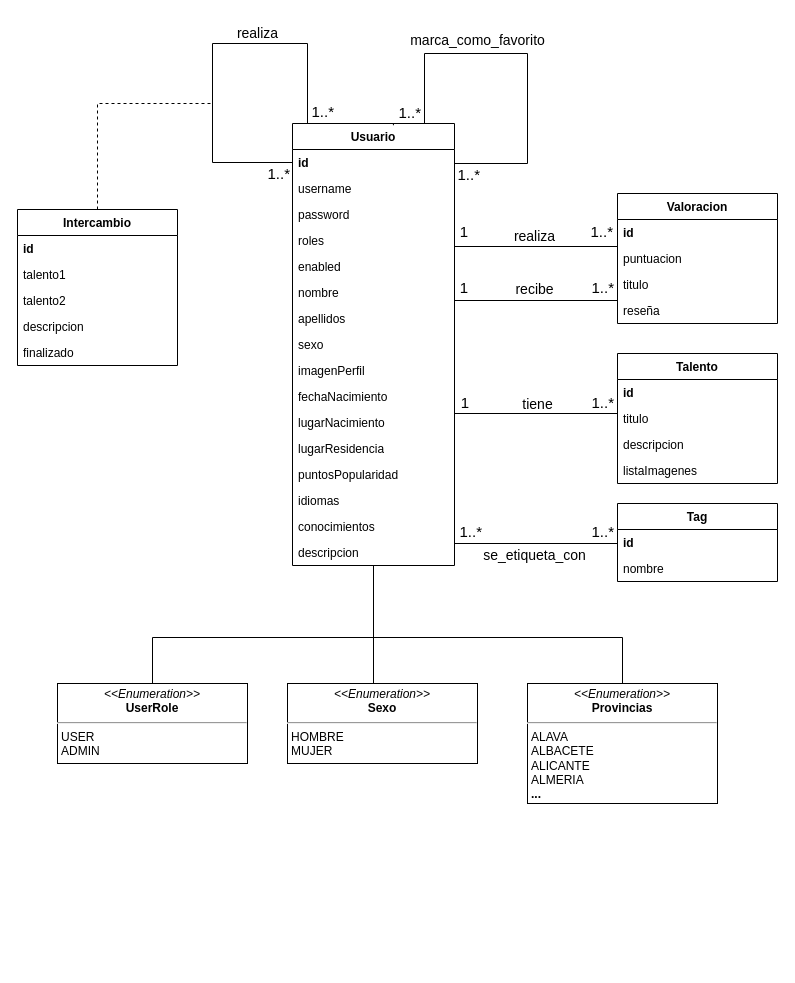
This is Diagramas/APPbilityUML.drawio from Lucasprogramyeah01/APPbility, a draw.io file, before an edit. Source tidied: cells renumbered, new cells numbered last; positions are measured from the earlier drawing's top-left corner, leaving out a move shared by most shapes. Both pictures are drawn from the tidied source at 100%, with x=0, y=0 at pixel (17, 17).
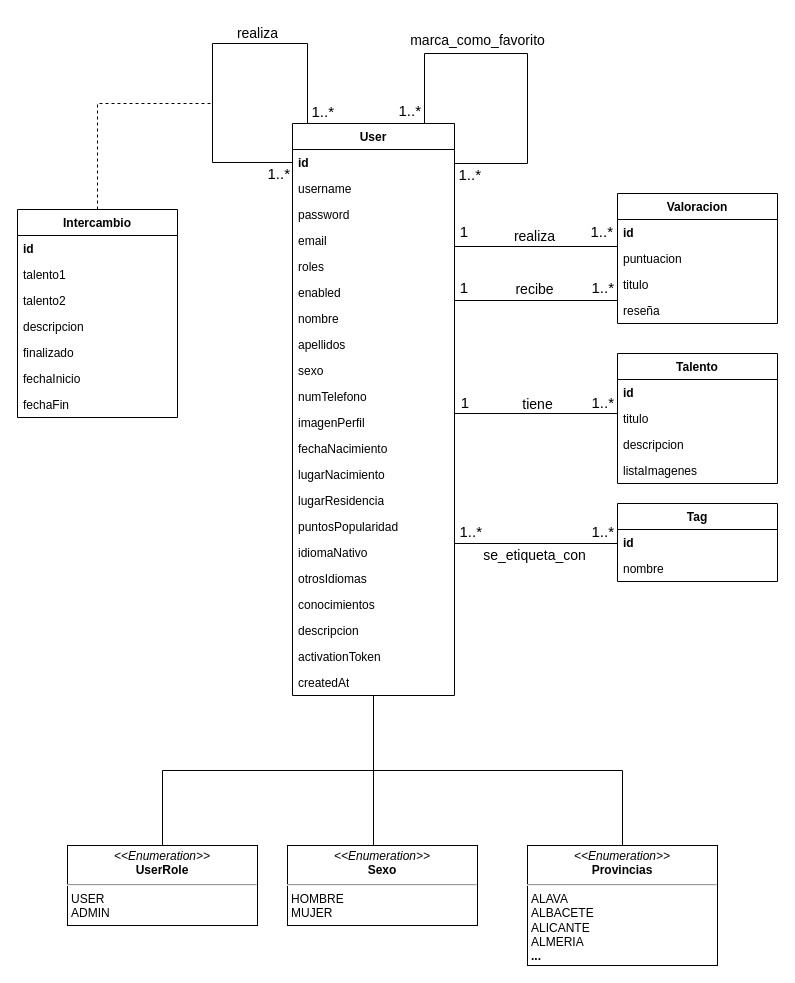
After the change.

What changed in the source:
```diff
@@
-    <mxCell id="2" value="Usuario" style="swimlane;fontStyle=1;align=center;verticalAlign=top;horizontal=1;startSize=26;whiteSpace=wrap;html=1;gradientColor=none;swimlaneFillColor=none;" parent="1" vertex="1">
-      <mxGeometry x="275" y="106" width="162" height="442" as="geometry" />
+    <mxCell id="2" value="User" style="swimlane;fontStyle=1;align=center;verticalAlign=top;horizontal=1;startSize=26;whiteSpace=wrap;html=1;gradientColor=none;swimlaneFillColor=none;" parent="1" vertex="1">
+      <mxGeometry x="275" y="106" width="162" height="572" as="geometry" />
     </mxCell>
@@
+    <mxCell id="69" value="email" style="text;strokeColor=none;fillColor=none;align=left;verticalAlign=top;spacingLeft=4;spacingRight=4;overflow=hidden;whiteSpace=wrap;html=1;" parent="2" vertex="1">
+      <mxGeometry y="104" width="162" height="26" as="geometry" />
+    </mxCell>
     <mxCell id="6" value="roles" style="text;strokeColor=none;fillColor=none;align=left;verticalAlign=top;spacingLeft=4;spacingRight=4;overflow=hidden;whiteSpace=wrap;html=1;" parent="2" vertex="1">
-      <mxGeometry y="104" width="162" height="26" as="geometry" />
+      <mxGeometry y="130" width="162" height="26" as="geometry" />
     </mxCell>
     <mxCell id="7" value="enabled" style="text;strokeColor=none;fillColor=none;align=left;verticalAlign=top;spacingLeft=4;spacingRight=4;overflow=hidden;whiteSpace=wrap;html=1;" parent="2" vertex="1">
-      <mxGeometry y="130" width="162" height="26" as="geometry" />
+      <mxGeometry y="156" width="162" height="26" as="geometry" />
     </mxCell>
     <mxCell id="8" value="nombre" style="text;strokeColor=none;fillColor=none;align=left;verticalAlign=top;spacingLeft=4;spacingRight=4;overflow=hidden;whiteSpace=wrap;html=1;" parent="2" vertex="1">
-      <mxGeometry y="156" width="162" height="26" as="geometry" />
+      <mxGeometry y="182" width="162" height="26" as="geometry" />
     </mxCell>
     <mxCell id="9" value="apellidos" style="text;strokeColor=none;fillColor=none;align=left;verticalAlign=top;spacingLeft=4;spacingRight=4;overflow=hidden;whiteSpace=wrap;html=1;" parent="2" vertex="1">
-      <mxGeometry y="182" width="162" height="26" as="geometry" />
+      <mxGeometry y="208" width="162" height="26" as="geometry" />
     </mxCell>
     <mxCell id="10" value="sexo" style="text;strokeColor=none;fillColor=none;align=left;verticalAlign=top;spacingLeft=4;spacingRight=4;overflow=hidden;whiteSpace=wrap;html=1;" parent="2" vertex="1">
-      <mxGeometry y="208" width="162" height="26" as="geometry" />
+      <mxGeometry y="234" width="162" height="26" as="geometry" />
     </mxCell>
+    <mxCell id="70" value="numTelefono" style="text;strokeColor=none;fillColor=none;align=left;verticalAlign=top;spacingLeft=4;spacingRight=4;overflow=hidden;whiteSpace=wrap;html=1;" parent="2" vertex="1">
+      <mxGeometry y="260" width="162" height="26" as="geometry" />
+    </mxCell>
     <mxCell id="11" value="imagenPerfil" style="text;strokeColor=none;fillColor=none;align=left;verticalAlign=top;spacingLeft=4;spacingRight=4;overflow=hidden;whiteSpace=wrap;html=1;" parent="2" vertex="1">
-      <mxGeometry y="234" width="162" height="26" as="geometry" />
+      <mxGeometry y="286" width="162" height="26" as="geometry" />
     </mxCell>
     <mxCell id="12" value="fechaNacimiento" style="text;strokeColor=none;fillColor=none;align=left;verticalAlign=top;spacingLeft=4;spacingRight=4;overflow=hidden;whiteSpace=wrap;html=1;" parent="2" vertex="1">
-      <mxGeometry y="260" width="162" height="26" as="geometry" />
+      <mxGeometry y="312" width="162" height="26" as="geometry" />
     </mxCell>
     <mxCell id="13" value="lugarNacimiento" style="text;strokeColor=none;fillColor=none;align=left;verticalAlign=top;spacingLeft=4;spacingRight=4;overflow=hidden;whiteSpace=wrap;html=1;" parent="2" vertex="1">
-      <mxGeometry y="286" width="162" height="26" as="geometry" />
+      <mxGeometry y="338" width="162" height="26" as="geometry" />
     </mxCell>
     <mxCell id="14" value="lugarResidencia" style="text;strokeColor=none;fillColor=none;align=left;verticalAlign=top;spacingLeft=4;spacingRight=4;overflow=hidden;whiteSpace=wrap;html=1;" parent="2" vertex="1">
-      <mxGeometry y="312" width="162" height="26" as="geometry" />
+      <mxGeometry y="364" width="162" height="26" as="geometry" />
     </mxCell>
     <mxCell id="15" value="puntosPopularidad" style="text;strokeColor=none;fillColor=none;align=left;verticalAlign=top;spacingLeft=4;spacingRight=4;overflow=hidden;whiteSpace=wrap;html=1;" parent="2" vertex="1">
-      <mxGeometry y="338" width="162" height="26" as="geometry" />
+      <mxGeometry y="390" width="162" height="26" as="geometry" />
     </mxCell>
-    <mxCell id="16" value="idiomas" style="text;strokeColor=none;fillColor=none;align=left;verticalAlign=top;spacingLeft=4;spacingRight=4;overflow=hidden;points=[[0,0.5],[1,0.5]];portConstraint=eastwest;whiteSpace=wrap;html=1;" parent="2" vertex="1">
-      <mxGeometry y="364" width="162" height="26" as="geometry" />
+    <mxCell id="16" value="idiomaNativo" style="text;strokeColor=none;fillColor=none;align=left;verticalAlign=top;spacingLeft=4;spacingRight=4;overflow=hidden;points=[[0,0.5],[1,0.5]];portConstraint=eastwest;whiteSpace=wrap;html=1;" parent="2" vertex="1">
+      <mxGeometry y="416" width="162" height="26" as="geometry" />
     </mxCell>
+    <mxCell id="71" value="otrosIdiomas" style="text;strokeColor=none;fillColor=none;align=left;verticalAlign=top;spacingLeft=4;spacingRight=4;overflow=hidden;whiteSpace=wrap;html=1;" parent="2" vertex="1">
+      <mxGeometry y="442" width="162" height="26" as="geometry" />
+    </mxCell>
     <mxCell id="17" value="conocimientos" style="text;strokeColor=none;fillColor=none;align=left;verticalAlign=top;spacingLeft=4;spacingRight=4;overflow=hidden;whiteSpace=wrap;html=1;" parent="2" vertex="1">
-      <mxGeometry y="390" width="162" height="26" as="geometry" />
+      <mxGeometry y="468" width="162" height="26" as="geometry" />
     </mxCell>
     <mxCell id="18" value="descripcion" style="text;strokeColor=none;fillColor=none;align=left;verticalAlign=top;spacingLeft=4;spacingRight=4;overflow=hidden;points=[[0,0.5],[1,0.5]];portConstraint=eastwest;whiteSpace=wrap;html=1;" parent="2" vertex="1">
-      <mxGeometry y="416" width="162" height="26" as="geometry" />
+      <mxGeometry y="494" width="162" height="26" as="geometry" />
     </mxCell>
@@
+    <mxCell id="72" value="activationToken" style="text;strokeColor=none;fillColor=none;align=left;verticalAlign=top;spacingLeft=4;spacingRight=4;overflow=hidden;whiteSpace=wrap;html=1;" parent="2" vertex="1">
+      <mxGeometry y="520" width="162" height="26" as="geometry" />
+    </mxCell>
+    <mxCell id="73" value="createdAt" style="text;strokeColor=none;fillColor=none;align=left;verticalAlign=top;spacingLeft=4;spacingRight=4;overflow=hidden;whiteSpace=wrap;html=1;" parent="2" vertex="1">
+      <mxGeometry y="546" width="162" height="26" as="geometry" />
+    </mxCell>
@@
     <mxCell id="37" value="Intercambio" style="swimlane;fontStyle=1;align=center;verticalAlign=top;horizontal=1;startSize=26;whiteSpace=wrap;html=1;" parent="1" vertex="1">
-      <mxGeometry y="192" width="160" height="156" as="geometry" />
+      <mxGeometry y="192" width="160" height="208" as="geometry" />
     </mxCell>
@@
+    <mxCell id="74" value="fechaInicio" style="text;strokeColor=none;fillColor=none;align=left;verticalAlign=top;spacingLeft=4;spacingRight=4;overflow=hidden;whiteSpace=wrap;html=1;" parent="37" vertex="1">
+      <mxGeometry y="156" width="160" height="26" as="geometry" />
+    </mxCell>
+    <mxCell id="75" value="fechaFin" style="text;strokeColor=none;fillColor=none;align=left;verticalAlign=top;spacingLeft=4;spacingRight=4;overflow=hidden;whiteSpace=wrap;html=1;" parent="37" vertex="1">
+      <mxGeometry y="182" width="160" height="26" as="geometry" />
+    </mxCell>
@@
-    <mxCell id="45" style="endArrow=none;html=1;edgeStyle=orthogonalEdgeStyle;rounded=0;entryX=0.623;entryY=0.004;entryDx=0;entryDy=0;entryPerimeter=0;" parent="1" edge="1" target="2">
+    <mxCell id="45" style="endArrow=none;html=1;edgeStyle=orthogonalEdgeStyle;rounded=0;entryX=0.5;entryY=0;entryDx=0;entryDy=0;" parent="1" edge="1" target="2">
       <mxGeometry relative="1" as="geometry">
         <mxPoint x="437" y="156" as="sourcePoint" />
         <Array as="points">
           <mxPoint x="437" y="146" />
           <mxPoint x="510" y="146" />
           <mxPoint x="510" y="36" />
           <mxPoint x="407" y="36" />
           <mxPoint x="407" y="106" />
-          <mxPoint x="376" y="106" />
         </Array>
       </mxGeometry>
     </mxCell>
     <mxCell id="46" value="&lt;font&gt;1..*&lt;/font&gt;" style="edgeLabel;html=1;align=right;verticalAlign=bottom;fontSize=15;fontColor=#000000;" parent="45" vertex="1">
       <mxGeometry x="1" relative="1" as="geometry">
-        <mxPoint x="87" y="60" as="offset" />
+        <mxPoint x="108" y="62" as="offset" />
       </mxGeometry>
     </mxCell>
     <mxCell id="47" value="&lt;font&gt;1..*&lt;/font&gt;" style="edgeLabel;html=1;align=right;verticalAlign=bottom;fontSize=15;fontColor=#000000;" parent="45" vertex="1">
       <mxGeometry x="1" relative="1" as="geometry">
-        <mxPoint x="28" y="-2" as="offset" />
+        <mxPoint x="48" y="-2" as="offset" />
       </mxGeometry>
     </mxCell>
@@
     <mxCell id="49" value="&lt;p style=&quot;margin:0px;margin-top:4px;text-align:center;&quot;&gt;&lt;i&gt;&amp;lt;&amp;lt;Enumeration&amp;gt;&amp;gt;&lt;/i&gt;&lt;br&gt;&lt;b&gt;UserRole&lt;/b&gt;&lt;/p&gt;&lt;hr&gt;&lt;p style=&quot;margin:0px;margin-left:4px;&quot;&gt;USER&lt;/p&gt;&lt;p style=&quot;margin:0px;margin-left:4px;&quot;&gt;ADMIN&lt;/p&gt;" style="verticalAlign=top;align=left;overflow=fill;html=1;whiteSpace=wrap;strokeColor=default;" parent="1" vertex="1">
-      <mxGeometry x="40" y="666" width="190" height="80" as="geometry" />
+      <mxGeometry x="50" y="828" width="190" height="80" as="geometry" />
     </mxCell>
-    <mxCell id="50" style="endArrow=none;html=1;rounded=0;exitX=0.5;exitY=0;exitDx=0;exitDy=0;edgeStyle=elbowEdgeStyle;elbow=vertical;" parent="1" edge="1" source="49">
+    <mxCell id="50" style="endArrow=none;html=1;rounded=0;exitX=0.5;exitY=0;exitDx=0;exitDy=0;edgeStyle=elbowEdgeStyle;elbow=vertical;" parent="1" edge="1">
       <mxGeometry relative="1" as="geometry">
-        <mxPoint x="356" y="574" as="targetPoint" />
+        <mxPoint x="145" y="828" as="sourcePoint" />
+        <mxPoint x="356" y="678" as="targetPoint" />
       </mxGeometry>
     </mxCell>
@@
     <mxCell id="60" value="&lt;p style=&quot;margin:0px;margin-top:4px;text-align:center;&quot;&gt;&lt;i&gt;&amp;lt;&amp;lt;Enumeration&amp;gt;&amp;gt;&lt;/i&gt;&lt;br&gt;&lt;b&gt;Provincias&lt;/b&gt;&lt;/p&gt;&lt;hr&gt;&lt;p style=&quot;margin:0px;margin-left:4px;&quot;&gt;ALAVA&lt;/p&gt;&lt;p style=&quot;margin:0px;margin-left:4px;&quot;&gt;ALBACETE&lt;/p&gt;&lt;p style=&quot;margin:0px;margin-left:4px;&quot;&gt;ALICANTE&lt;/p&gt;&lt;p style=&quot;margin:0px;margin-left:4px;&quot;&gt;ALMERIA&lt;/p&gt;&lt;p style=&quot;margin:0px;margin-left:4px;&quot;&gt;&lt;b&gt;...&lt;/b&gt;&lt;/p&gt;" style="verticalAlign=top;align=left;overflow=fill;html=1;whiteSpace=wrap;strokeColor=default;" parent="1" vertex="1">
-      <mxGeometry x="510" y="666" width="190" height="120" as="geometry" />
+      <mxGeometry x="510" y="828" width="190" height="120" as="geometry" />
     </mxCell>
-    <mxCell id="61" style="endArrow=none;html=1;rounded=0;exitX=0.5;exitY=0;exitDx=0;exitDy=0;edgeStyle=elbowEdgeStyle;elbow=vertical;" parent="1" edge="1" source="60">
+    <mxCell id="61" style="endArrow=none;html=1;rounded=0;exitX=0.5;exitY=0;exitDx=0;exitDy=0;edgeStyle=elbowEdgeStyle;elbow=vertical;" parent="1" edge="1">
       <mxGeometry relative="1" as="geometry">
-        <mxPoint x="356" y="574" as="targetPoint" />
+        <mxPoint x="605" y="828" as="sourcePoint" />
+        <mxPoint x="356" y="678" as="targetPoint" />
       </mxGeometry>
     </mxCell>
@@
     <mxCell id="67" value="&lt;p style=&quot;margin:0px;margin-top:4px;text-align:center;&quot;&gt;&lt;i&gt;&amp;lt;&amp;lt;Enumeration&amp;gt;&amp;gt;&lt;/i&gt;&lt;br&gt;&lt;b&gt;Sexo&lt;/b&gt;&lt;/p&gt;&lt;hr&gt;&lt;p style=&quot;margin:0px;margin-left:4px;&quot;&gt;HOMBRE&lt;/p&gt;&lt;p style=&quot;margin:0px;margin-left:4px;&quot;&gt;MUJER&lt;/p&gt;" style="verticalAlign=top;align=left;overflow=fill;html=1;whiteSpace=wrap;strokeColor=default;" parent="1" vertex="1">
-      <mxGeometry x="270" y="666" width="190" height="80" as="geometry" />
+      <mxGeometry x="270" y="828" width="190" height="80" as="geometry" />
     </mxCell>
-    <mxCell id="68" style="endArrow=none;html=1;rounded=0;edgeStyle=elbowEdgeStyle;" parent="1" edge="1" source="67" target="18">
-      <mxGeometry relative="1" as="geometry" />
+    <mxCell id="68" style="endArrow=none;html=1;rounded=0;edgeStyle=elbowEdgeStyle;entryX=0.498;entryY=0.985;entryDx=0;entryDy=0;entryPerimeter=0;" parent="1" edge="1">
+      <mxGeometry relative="1" as="geometry">
+        <mxPoint x="356" y="828" as="sourcePoint" />
+        <mxPoint x="355.7" y="679.6" as="targetPoint" />
+      </mxGeometry>
     </mxCell>
```
